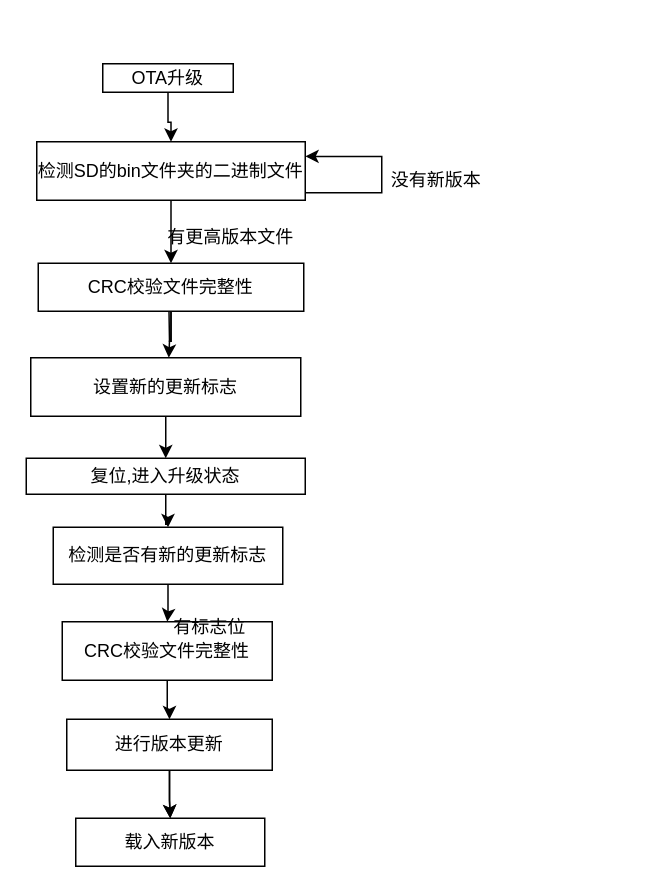
Before: 资料/论文资料/OTA升级流程.drawio in DongLongWang-Project/My_STM32_Phone, a draw.io diagram. Source tidied: cells renumbered, new cells numbered last; positions are measured from the earlier drawing's top-left corner, leaving out a move shared by most shapes. Both pictures are drawn from the tidied source at 150%, with x=0, y=0 at pixel (26, 63).
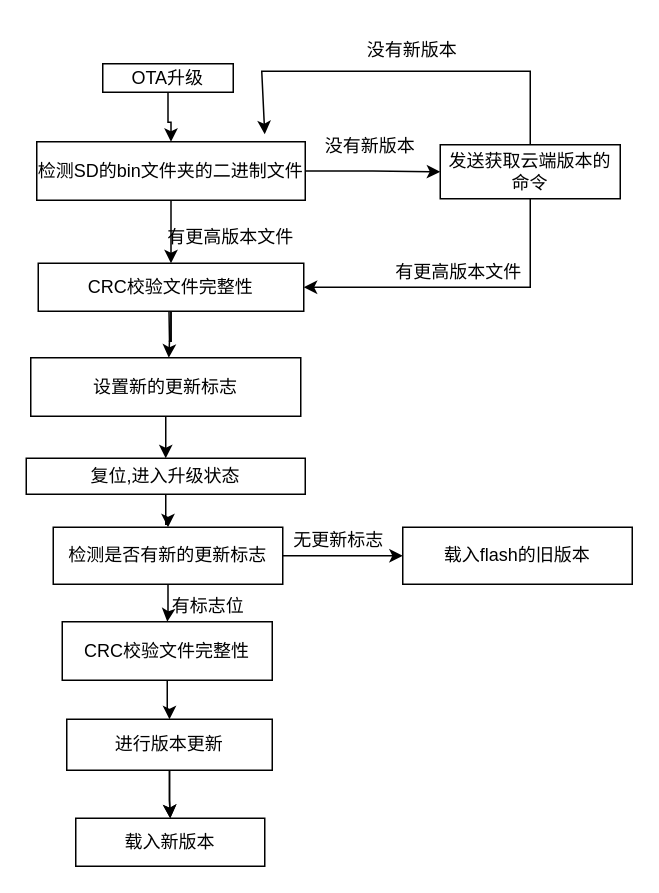
Above is the later version.

Unchanged cells that the change refers to:
```xml
<mxCell id="6" value="检测SD的bin文件夹的二进制文件" style="rounded=0;whiteSpace=wrap;html=1;" parent="1" vertex="1">
  <mxGeometry x="7" y="52" width="179" height="39" as="geometry" />
</mxCell>
<mxCell id="13" value="检测是否有新的更新标志" style="rounded=0;whiteSpace=wrap;html=1;" parent="1" vertex="1">
  <mxGeometry x="18" y="309" width="153" height="38" as="geometry" />
</mxCell>
<mxCell id="22" value="CRC校验文件完整性" style="rounded=0;whiteSpace=wrap;html=1;" parent="1" vertex="1">
  <mxGeometry x="8" y="133" width="177" height="32" as="geometry" />
</mxCell>
```

Change to the diagram source:
```diff
@@
-    <mxCell id="5" style="edgeStyle=orthogonalEdgeStyle;rounded=0;orthogonalLoop=1;jettySize=auto;html=1;entryX=1;entryY=0.25;entryDx=0;entryDy=0;" parent="1" edge="1" source="6" target="6">
-      <mxGeometry relative="1" as="geometry">
-        <Array as="points">
-          <mxPoint x="237" y="86" />
-          <mxPoint x="237" y="62" />
-        </Array>
-      </mxGeometry>
-    </mxCell>
+    <mxCell id="25" style="edgeStyle=orthogonalEdgeStyle;rounded=0;jettySize=auto;html=1;" parent="1" edge="1" source="6" target="28">
+      <mxGeometry relative="1" as="geometry" />
+    </mxCell>
@@
+    <mxCell id="26" style="edgeStyle=orthogonalEdgeStyle;rounded=0;jettySize=auto;html=1;" parent="1" edge="1" source="13" target="33">
+      <mxGeometry relative="1" as="geometry" />
+    </mxCell>
@@
     <mxCell id="23" value="没有新版本" style="text;html=1;align=center;verticalAlign=middle;strokeColor=none;fillColor=none;" parent="1" vertex="1">
-      <mxGeometry x="234" y="65" width="78" height="26" as="geometry" />
+      <mxGeometry x="190" y="41.5" width="78" height="26" as="geometry" />
     </mxCell>
     <mxCell id="24" value="有标志位" style="text;html=1;align=center;verticalAlign=middle;strokeColor=none;fillColor=none;" parent="1" vertex="1">
-      <mxGeometry x="89" y="363" width="66" height="26" as="geometry" />
+      <mxGeometry x="88" y="349" width="66" height="26" as="geometry" />
     </mxCell>
+    <mxCell id="27" style="edgeStyle=orthogonalEdgeStyle;rounded=0;jettySize=auto;html=1;entryX=1;entryY=0.5;entryDx=0;entryDy=0;" parent="1" edge="1" source="28" target="22">
+      <mxGeometry relative="1" as="geometry">
+        <Array as="points">
+          <mxPoint x="336" y="149" />
+        </Array>
+      </mxGeometry>
+    </mxCell>
+    <mxCell id="28" value="发送获取云端版本的命令" style="whiteSpace=wrap;html=1;rounded=0;" parent="1" vertex="1">
+      <mxGeometry x="276" y="54" width="120" height="36" as="geometry" />
+    </mxCell>
+    <mxCell id="29" style="endArrow=classic;html=1;rounded=0;exitX=0.5;exitY=0;exitDx=0;exitDy=0;" parent="1" edge="1" source="28">
+      <mxGeometry relative="1" as="geometry">
+        <mxPoint x="159" y="47" as="targetPoint" />
+        <Array as="points">
+          <mxPoint x="336" y="5" />
+          <mxPoint x="157" y="5" />
+        </Array>
+      </mxGeometry>
+    </mxCell>
+    <mxCell id="30" style="text;html=1;align=center;verticalAlign=middle;strokeColor=none;fillColor=none;" parent="1" vertex="1">
+      <mxGeometry x="272" y="-25" width="18" height="26" as="geometry" />
+    </mxCell>
+    <mxCell id="31" value="没有新版本" style="text;html=1;align=center;verticalAlign=middle;strokeColor=none;fillColor=none;" parent="1" vertex="1">
+      <mxGeometry x="218" y="-22" width="78" height="26" as="geometry" />
+    </mxCell>
+    <mxCell id="32" value="有更高版本文件" style="text;html=1;align=center;verticalAlign=middle;strokeColor=none;fillColor=none;" parent="1" vertex="1">
+      <mxGeometry x="237" y="126" width="102" height="26" as="geometry" />
+    </mxCell>
+    <mxCell id="33" value="载入flash的旧版本" style="rounded=0;whiteSpace=wrap;html=1;" parent="1" vertex="1">
+      <mxGeometry x="251" y="309" width="153" height="38" as="geometry" />
+    </mxCell>
+    <mxCell id="34" value="无更新标志" style="text;html=1;align=center;verticalAlign=middle;strokeColor=none;fillColor=none;" parent="1" vertex="1">
+      <mxGeometry x="169" y="305" width="78" height="26" as="geometry" />
+    </mxCell>
```
